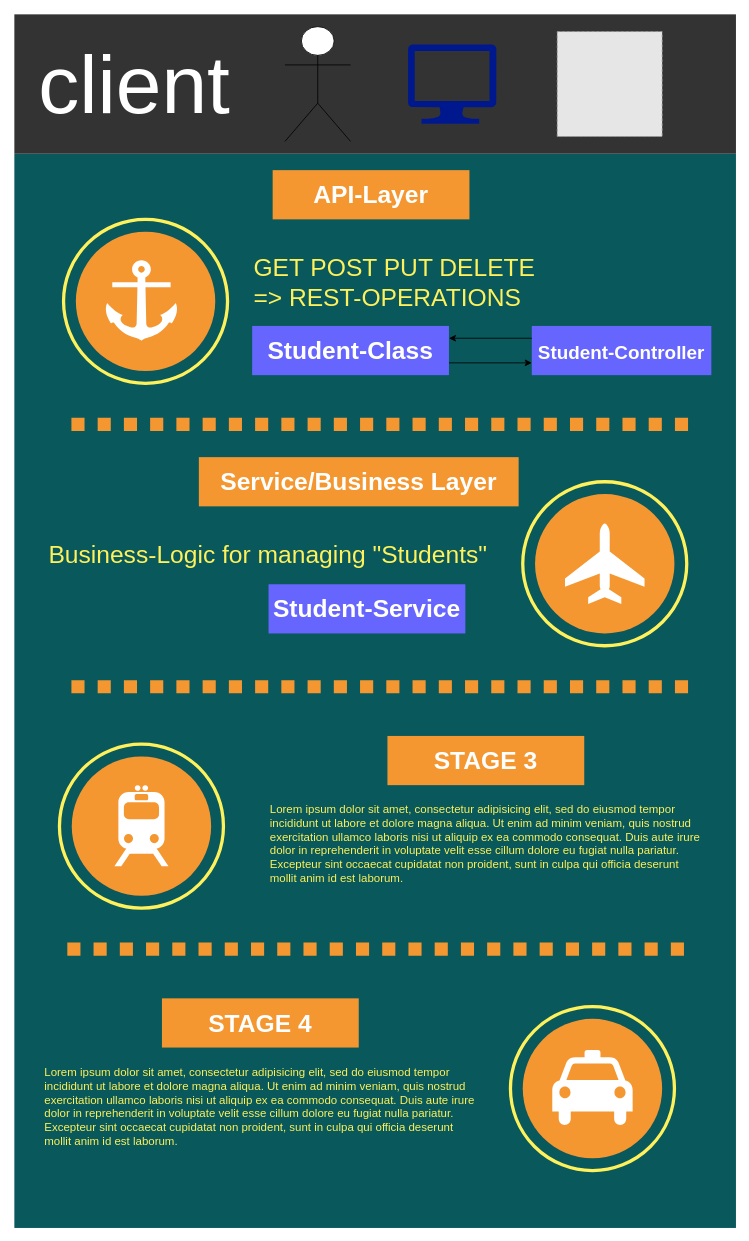
Earlier version of the draw.io diagram diagram.drawio (9Sefa9/SpringBoot). Source tidied: cells renumbered, new cells numbered last; positions are measured from the earlier drawing's top-left corner, leaving out a move shared by most shapes. Both pictures are drawn from the tidied source at 82%, with x=0, y=0 at pixel (14, 14). Pictures stored in the file or linked from it are replaced by grey dashed boxes.
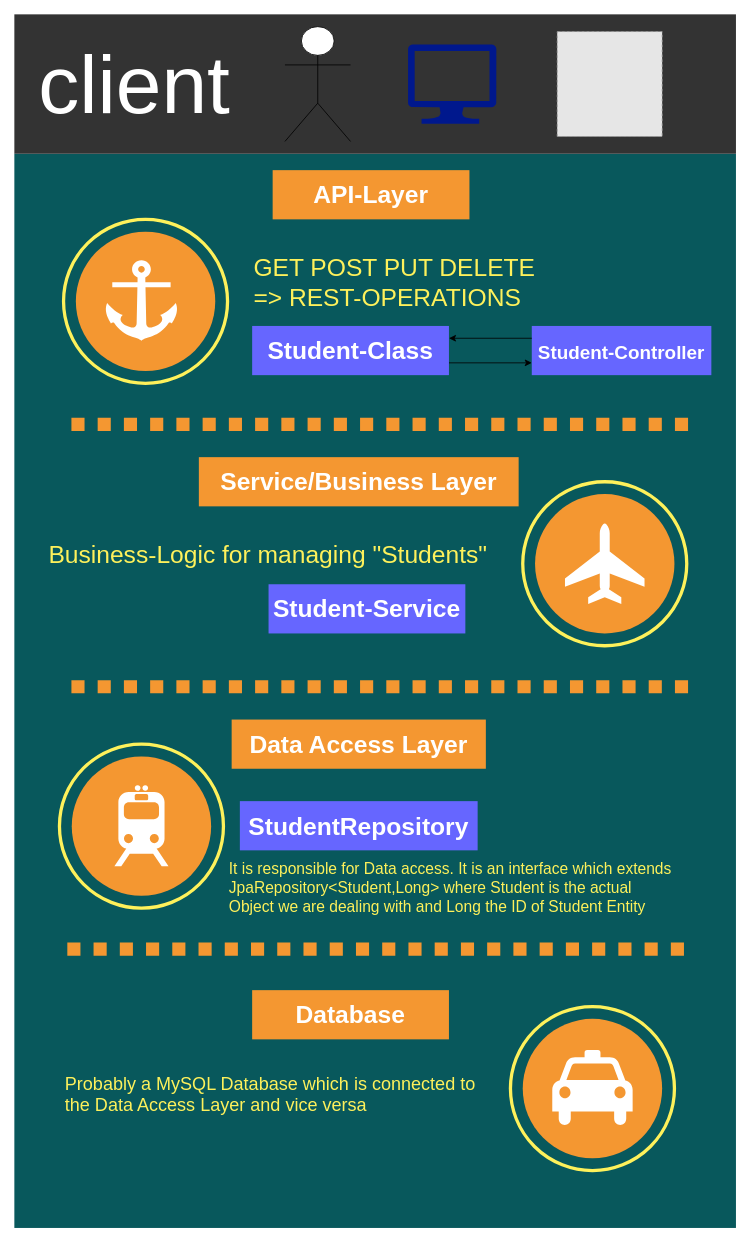
After the change.

What changed in the source:
```diff
@@
-    <mxCell id="17" value="STAGE 3" style="whiteSpace=wrap;html=1;rounded=0;shadow=0;dashed=0;strokeColor=none;strokeWidth=4;fillColor=#F49731;gradientColor=none;fontFamily=Helvetica;fontSize=30;fontColor=#FFFFFF;align=center;fontStyle=1;" parent="1" vertex="1">
-      <mxGeometry x="455" y="880" width="240" height="60" as="geometry" />
+    <mxCell id="17" value="Data Access Layer" style="whiteSpace=wrap;html=1;rounded=0;shadow=0;dashed=0;strokeColor=none;strokeWidth=4;fillColor=#F49731;gradientColor=none;fontFamily=Helvetica;fontSize=30;fontColor=#FFFFFF;align=center;fontStyle=1;" parent="1" vertex="1">
+      <mxGeometry x="265" y="860" width="310" height="60" as="geometry" />
     </mxCell>
-    <mxCell id="18" value="Lorem ipsum dolor sit amet, consectetur adipisicing elit, sed do eiusmod tempor incididunt ut labore et dolore magna aliqua. Ut enim ad minim veniam, quis nostrud exercitation ullamco laboris nisi ut aliquip ex ea commodo consequat. Duis aute irure dolor in reprehenderit in voluptate velit esse cillum dolore eu fugiat nulla pariatur. Excepteur sint occaecat cupidatat non proident, sunt in culpa qui officia deserunt mollit anim id est laborum." style="text;spacingTop=-5;fillColor=#ffffff;whiteSpace=wrap;html=1;align=left;fontSize=14;fontFamily=Helvetica;fillColor=none;strokeColor=none;rounded=0;shadow=0;dashed=0;fontColor=#FEF15B;" parent="1" vertex="1">
-      <mxGeometry x="310" y="960" width="535" height="130" as="geometry" />
-    </mxCell>
@@
-    <mxCell id="21" value="STAGE 4" style="whiteSpace=wrap;html=1;rounded=0;shadow=0;dashed=0;strokeColor=none;strokeWidth=4;fillColor=#F49731;gradientColor=none;fontFamily=Helvetica;fontSize=30;fontColor=#FFFFFF;align=center;fontStyle=1;" parent="1" vertex="1">
-      <mxGeometry x="180" y="1200" width="240" height="60" as="geometry" />
+    <mxCell id="21" value="Database" style="whiteSpace=wrap;html=1;rounded=0;shadow=0;dashed=0;strokeColor=none;strokeWidth=4;fillColor=#F49731;gradientColor=none;fontFamily=Helvetica;fontSize=30;fontColor=#FFFFFF;align=center;fontStyle=1;" parent="1" vertex="1">
+      <mxGeometry x="290" y="1190" width="240" height="60" as="geometry" />
     </mxCell>
-    <mxCell id="22" value="Lorem ipsum dolor sit amet, consectetur adipisicing elit, sed do eiusmod tempor incididunt ut labore et dolore magna aliqua. Ut enim ad minim veniam, quis nostrud exercitation ullamco laboris nisi ut aliquip ex ea commodo consequat. Duis aute irure dolor in reprehenderit in voluptate velit esse cillum dolore eu fugiat nulla pariatur. Excepteur sint occaecat cupidatat non proident, sunt in culpa qui officia deserunt mollit anim id est laborum." style="text;spacingTop=-5;fillColor=#ffffff;whiteSpace=wrap;html=1;align=left;fontSize=14;fontFamily=Helvetica;fillColor=none;strokeColor=none;rounded=0;shadow=0;dashed=0;fontColor=#FEF15B;" parent="1" vertex="1">
-      <mxGeometry x="35" y="1280" width="535" height="130" as="geometry" />
+    <mxCell id="22" value="&lt;font style=&quot;font-size: 22px&quot;&gt;Probably a MySQL Database which is connected to the Data Access Layer and vice versa&lt;/font&gt;" style="text;spacingTop=-5;fillColor=#ffffff;whiteSpace=wrap;html=1;align=left;fontSize=14;fontFamily=Helvetica;fillColor=none;strokeColor=none;rounded=0;shadow=0;dashed=0;fontColor=#FEF15B;" parent="1" vertex="1">
+      <mxGeometry x="60" y="1290" width="535" height="130" as="geometry" />
     </mxCell>
@@
+    <mxCell id="35" value="StudentRepository" style="whiteSpace=wrap;html=1;rounded=0;shadow=0;dashed=0;strokeColor=none;strokeWidth=4;fillColor=#6666FF;gradientColor=none;fontFamily=Helvetica;fontSize=30;fontColor=#FFFFFF;align=center;fontStyle=1;" parent="1" vertex="1">
+      <mxGeometry x="275" y="959.5" width="290" height="60" as="geometry" />
+    </mxCell>
+    <mxCell id="36" value="&lt;font style=&quot;font-size: 19px&quot;&gt;It is responsible for Data access. It is an interface which extends JpaRepository&amp;lt;Student,Long&amp;gt; where Student is the actual Object we are dealing with and Long the ID of Student Entity&lt;/font&gt;" style="text;spacingTop=-5;fillColor=#ffffff;whiteSpace=wrap;html=1;align=left;fontSize=14;fontFamily=Helvetica;fillColor=none;strokeColor=none;rounded=0;shadow=0;dashed=0;fontColor=#FEF15B;" parent="1" vertex="1">
+      <mxGeometry x="260" y="1030" width="550" height="60" as="geometry" />
+    </mxCell>
```
